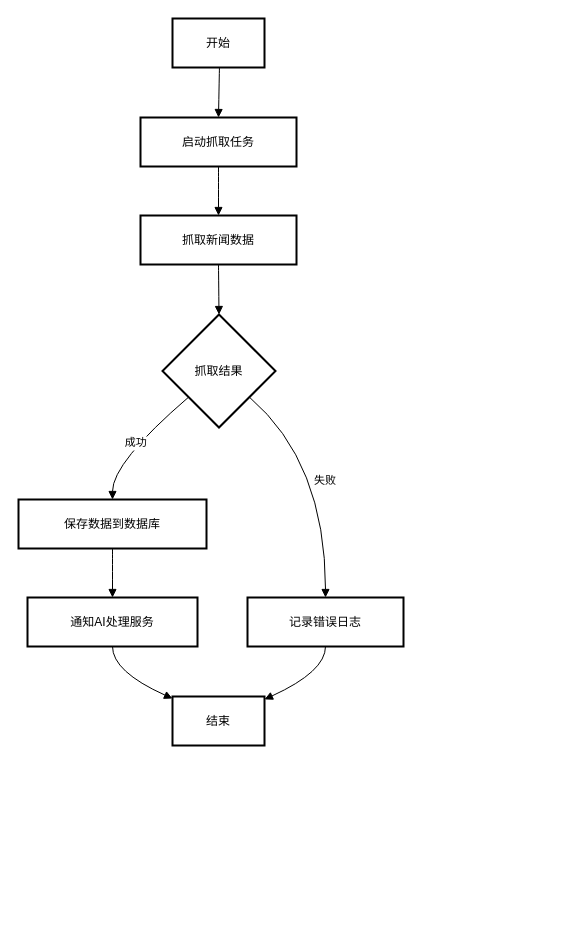
The draw.io diagram draw.io/活动图:新闻抓取流程.drawio in lijc210/app_storage, before the edit. Source tidied: cells renumbered, new cells numbered last; positions are measured from the earlier drawing's top-left corner, leaving out a move shared by most shapes. Both pictures are drawn from the tidied source at 100%, with x=0, y=0 at pixel (18, 18).
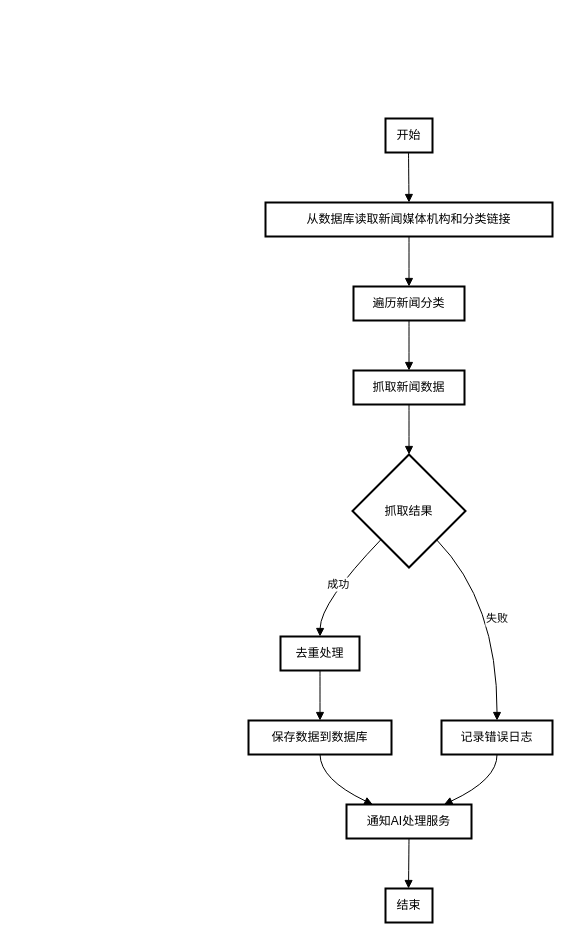
The same page after the edit.

Commit message:
更新活动图:新闻抓取流程.drawio

Change to the diagram source:
```diff
@@
     <mxCell id="2" value="开始" style="whiteSpace=wrap;strokeWidth=2;" parent="1" vertex="1">
-      <mxGeometry x="154" width="92" height="49" as="geometry" />
+      <mxGeometry x="367" y="100" width="47" height="34" as="geometry" />
     </mxCell>
-    <mxCell id="3" value="启动抓取任务" style="whiteSpace=wrap;strokeWidth=2;" parent="1" vertex="1">
-      <mxGeometry x="122" y="99" width="156" height="49" as="geometry" />
-    </mxCell>
+    <mxCell id="18" value="从数据库读取新闻媒体机构和分类链接" style="whiteSpace=wrap;strokeWidth=2;" parent="1" vertex="1">
+      <mxGeometry x="247" y="184" width="287" height="34" as="geometry" />
+    </mxCell>
+    <mxCell id="19" value="遍历新闻分类" style="whiteSpace=wrap;strokeWidth=2;" parent="1" vertex="1">
+      <mxGeometry x="335" y="268" width="111" height="34" as="geometry" />
+    </mxCell>
     <mxCell id="4" value="抓取新闻数据" style="whiteSpace=wrap;strokeWidth=2;" parent="1" vertex="1">
-      <mxGeometry x="122" y="197" width="156" height="49" as="geometry" />
+      <mxGeometry x="335" y="352" width="111" height="34" as="geometry" />
     </mxCell>
     <mxCell id="5" value="抓取结果" style="rhombus;strokeWidth=2;whiteSpace=wrap;" parent="1" vertex="1">
-      <mxGeometry x="144" y="296" width="113" height="113" as="geometry" />
+      <mxGeometry x="334" y="436" width="113" height="113" as="geometry" />
     </mxCell>
+    <mxCell id="20" value="去重处理" style="whiteSpace=wrap;strokeWidth=2;" parent="1" vertex="1">
+      <mxGeometry x="262" y="618" width="79" height="34" as="geometry" />
+    </mxCell>
     <mxCell id="6" value="保存数据到数据库" style="whiteSpace=wrap;strokeWidth=2;" parent="1" vertex="1">
-      <mxGeometry y="481" width="188" height="49" as="geometry" />
+      <mxGeometry x="230" y="702" width="143" height="34" as="geometry" />
     </mxCell>
     <mxCell id="7" value="记录错误日志" style="whiteSpace=wrap;strokeWidth=2;" parent="1" vertex="1">
-      <mxGeometry x="229" y="579" width="156" height="49" as="geometry" />
+      <mxGeometry x="423" y="702" width="111" height="34" as="geometry" />
     </mxCell>
     <mxCell id="8" value="通知AI处理服务" style="whiteSpace=wrap;strokeWidth=2;" parent="1" vertex="1">
-      <mxGeometry x="9" y="579" width="170" height="49" as="geometry" />
+      <mxGeometry x="328" y="786" width="125" height="34" as="geometry" />
     </mxCell>
     <mxCell id="9" value="结束" style="whiteSpace=wrap;strokeWidth=2;" parent="1" vertex="1">
-      <mxGeometry x="154" y="678" width="92" height="49" as="geometry" />
+      <mxGeometry x="367" y="870" width="47" height="34" as="geometry" />
     </mxCell>
-    <mxCell id="10" style="curved=1;startArrow=none;endArrow=block;exitX=0.51;exitY=0.99;entryX=0.5;entryY=-0.01;rounded=0;" parent="1" edge="1" source="2" target="3">
-      <mxGeometry relative="1" as="geometry" />
-    </mxCell>
-    <mxCell id="11" style="curved=1;startArrow=none;endArrow=block;exitX=0.5;exitY=0.98;entryX=0.5;entryY=0;rounded=0;" parent="1" edge="1" source="3" target="4">
-      <mxGeometry relative="1" as="geometry" />
-    </mxCell>
+    <mxCell id="21" style="curved=1;startArrow=none;endArrow=block;exitX=0.49;exitY=1;entryX=0.5;entryY=0;rounded=0;" parent="1" edge="1" source="2" target="18">
+      <mxGeometry relative="1" as="geometry" />
+    </mxCell>
+    <mxCell id="22" style="curved=1;startArrow=none;endArrow=block;exitX=0.5;exitY=1;entryX=0.5;entryY=0;rounded=0;" parent="1" edge="1" source="18" target="19">
+      <mxGeometry relative="1" as="geometry" />
+    </mxCell>
+    <mxCell id="23" style="curved=1;startArrow=none;endArrow=block;exitX=0.5;exitY=1;entryX=0.5;entryY=0;rounded=0;" parent="1" edge="1" source="19" target="4">
+      <mxGeometry relative="1" as="geometry" />
+    </mxCell>
-    <mxCell id="12" style="curved=1;startArrow=none;endArrow=block;exitX=0.5;exitY=0.99;entryX=0.5;entryY=0;rounded=0;" parent="1" edge="1" source="4" target="5">
+    <mxCell id="12" style="curved=1;startArrow=none;endArrow=block;exitX=0.5;exitY=1;entryX=0.5;entryY=0;rounded=0;" parent="1" edge="1" source="4" target="5">
       <mxGeometry relative="1" as="geometry" />
     </mxCell>
-    <mxCell id="13" value="成功" style="curved=1;startArrow=none;endArrow=block;exitX=0;exitY=0.93;entryX=0.5;entryY=-0.01;rounded=0;" parent="1" edge="1" source="5" target="6">
+    <mxCell id="13" value="成功" style="curved=1;startArrow=none;endArrow=block;exitX=0.01;exitY=1;entryX=0.5;entryY=0;rounded=0;" parent="1" edge="1" source="5" target="20">
       <mxGeometry relative="1" as="geometry">
         <Array as="points">
-          <mxPoint x="94" y="444" />
+          <mxPoint x="302" y="584" />
         </Array>
       </mxGeometry>
     </mxCell>
+    <mxCell id="24" style="curved=1;startArrow=none;endArrow=block;exitX=0.5;exitY=1;entryX=0.5;entryY=0;rounded=0;" parent="1" edge="1" source="20" target="6">
+      <mxGeometry relative="1" as="geometry" />
+    </mxCell>
-    <mxCell id="14" value="失败" style="curved=1;startArrow=none;endArrow=block;exitX=1;exitY=0.93;entryX=0.5;entryY=0;rounded=0;" parent="1" edge="1" source="5" target="7">
+    <mxCell id="14" value="失败" style="curved=1;startArrow=none;endArrow=block;exitX=0.98;exitY=1;entryX=0.5;entryY=0;rounded=0;" parent="1" edge="1" source="5" target="7">
       <mxGeometry relative="1" as="geometry">
         <Array as="points">
-          <mxPoint x="307" y="444" />
+          <mxPoint x="479" y="584" />
         </Array>
       </mxGeometry>
     </mxCell>
-    <mxCell id="15" style="curved=1;startArrow=none;endArrow=block;exitX=0.5;exitY=0.98;entryX=0.5;entryY=0;rounded=0;" parent="1" edge="1" source="6" target="8">
-      <mxGeometry relative="1" as="geometry" />
+    <mxCell id="15" style="curved=1;startArrow=none;endArrow=block;exitX=0.5;exitY=1;entryX=0.21;entryY=0;rounded=0;" parent="1" edge="1" source="6" target="8">
+      <mxGeometry relative="1" as="geometry">
+        <Array as="points">
+          <mxPoint x="302" y="761" />
+        </Array>
+      </mxGeometry>
     </mxCell>
+    <mxCell id="25" style="curved=1;startArrow=none;endArrow=block;exitX=0.5;exitY=1;entryX=0.78;entryY=0;rounded=0;" parent="1" edge="1" source="7" target="8">
+      <mxGeometry relative="1" as="geometry">
+        <Array as="points">
+          <mxPoint x="479" y="761" />
+        </Array>
+      </mxGeometry>
+    </mxCell>
-    <mxCell id="16" style="curved=1;startArrow=none;endArrow=block;exitX=0.5;exitY=0.99;entryX=0.01;entryY=0.05;rounded=0;" parent="1" edge="1" source="8" target="9">
-      <mxGeometry relative="1" as="geometry">
-        <Array as="points">
-          <mxPoint x="94" y="653" />
-        </Array>
-      </mxGeometry>
+    <mxCell id="16" style="curved=1;startArrow=none;endArrow=block;exitX=0.5;exitY=1;entryX=0.49;entryY=0;rounded=0;" parent="1" edge="1" source="8" target="9">
+      <mxGeometry relative="1" as="geometry" />
     </mxCell>
-    <mxCell id="17" style="curved=1;startArrow=none;endArrow=block;exitX=0.5;exitY=0.99;entryX=1.01;entryY=0.05;rounded=0;" parent="1" edge="1" source="7" target="9">
-      <mxGeometry relative="1" as="geometry">
-        <Array as="points">
-          <mxPoint x="307" y="653" />
-        </Array>
-      </mxGeometry>
-    </mxCell>
```
